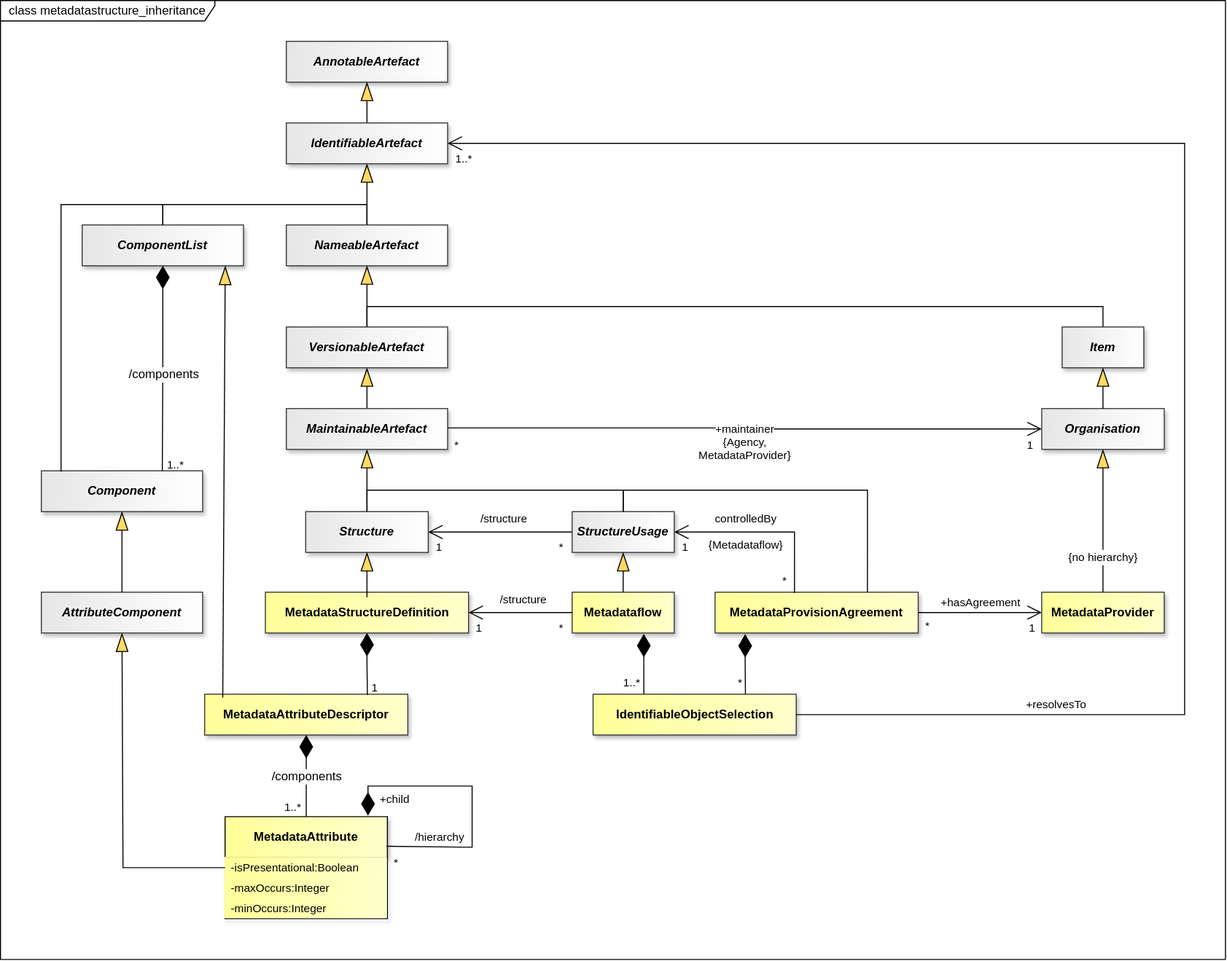
This is docs/information_model/media/sdmx_metadatastructure-metadatastructure_inheritance.svg from sdmx-twg/sdmx-im, a draw.io export, as it was before one commit. Source tidied: cells renumbered, new cells last; positions are measured from the earlier drawing's top-left corner, leaving out a move shared by most shapes.
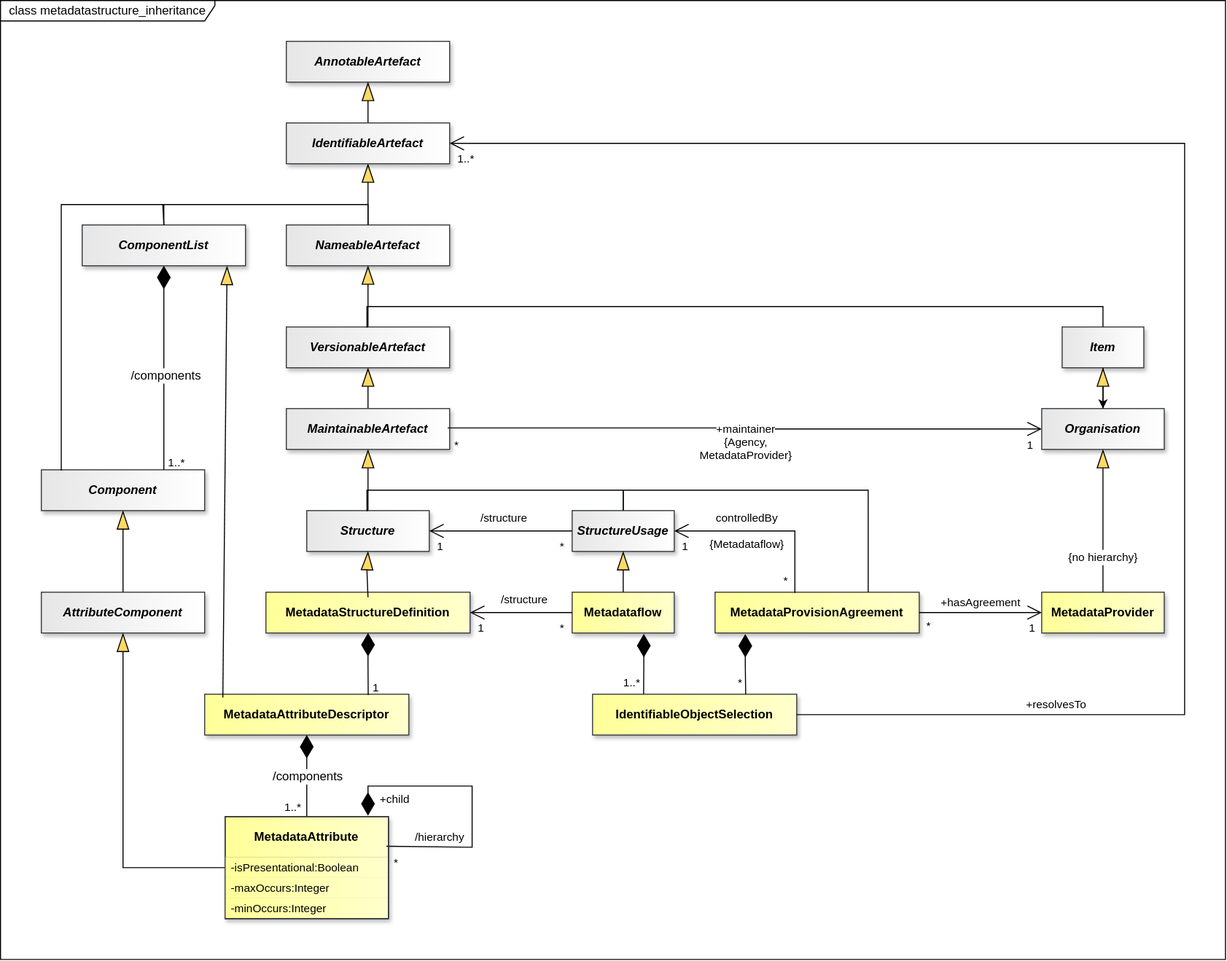
The same file after the commit.

Diff of the diagram source:
```diff
@@ -2,7 +2,7 @@
   <root>
     <mxCell id="0" />
     <mxCell id="1" parent="0" />
-    <mxCell id="2" value="class metadatastructure_inheritance" style="shape=umlFrame;whiteSpace=wrap;html=1;fillColor=light-dark(#FFFFFF,#121212);swimlaneFillColor=light-dark(#FFFFFF,#121212);width=210;height=20;" parent="1" vertex="1">
+    <mxCell id="2" value="&amp;nbsp; class metadatastructure_inheritance" style="shape=umlFrame;whiteSpace=wrap;html=1;fillColor=light-dark(#FFFFFF,#121212);swimlaneFillColor=light-dark(#FFFFFF,#121212);width=210;height=20;align=left;" parent="1" vertex="1">
       <mxGeometry width="1200" height="940" as="geometry" />
     </mxCell>
     <mxCell id="3" style="endArrow=none;" parent="1" edge="1">
@@ -15,7 +15,7 @@
       <mxGeometry relative="1" as="geometry" />
     </mxCell>
     <mxCell id="6" value="&lt;span&gt;&lt;span&gt;AnnotableArtefact&lt;/span&gt;&lt;/span&gt;" style="whiteSpace=wrap;html=1;verticalAlign=middle;gradientDirection=east;imageVerticalAlign=top;fontStyle=3;fillColor=light-dark(#E6E6E6,#E6E6E6);strokeColor=#36393d;fontColor=light-dark(#000000,#000000);gradientColor=light-dark(#FFFFFF,#FFFFFF);shadow=1;" parent="1" vertex="1">
-      <mxGeometry x="280" y="40" width="158" height="40" as="geometry" />
+      <mxGeometry x="280" y="40" width="160" height="40" as="geometry" />
     </mxCell>
     <mxCell id="7" style="endArrow=blockThin;endSize=16;endFill=1;html=1;rounded=0;entryX=0.5;entryY=1;entryDx=0;entryDy=0;exitX=0.5;exitY=0;exitDx=0;exitDy=0;startFill=0;endFillColor=light-dark(#FFD966,#FFD966);strokeColor=light-dark(#000000,#FFFFFF);startFillColor=light-dark(#000000,#FFFFFF);labelBackgroundColor=none;labelBorderColor=light-dark(#000000,#FFFFFF);" parent="1" edge="1" source="12" target="6">
       <mxGeometry relative="1" as="geometry" />
@@ -33,19 +33,19 @@
       <mxGeometry x="0.02" relative="1" as="geometry" />
     </mxCell>
     <mxCell id="12" value="IdentifiableArtefact" style="whiteSpace=wrap;html=1;verticalAlign=middle;gradientDirection=east;imageVerticalAlign=top;fontStyle=3;fillColor=light-dark(#E6E6E6,#E6E6E6);strokeColor=#36393d;fontColor=light-dark(#000000,#000000);gradientColor=light-dark(#FFFFFF,#FFFFFF);shadow=1;" parent="1" vertex="1">
-      <mxGeometry x="280" y="120" width="158" height="40" as="geometry" />
+      <mxGeometry x="280" y="120" width="160" height="40" as="geometry" />
     </mxCell>
     <mxCell id="13" value="NameableArtefact" style="whiteSpace=wrap;html=1;verticalAlign=middle;gradientDirection=east;imageVerticalAlign=top;fontStyle=3;fillColor=light-dark(#E6E6E6,#E6E6E6);strokeColor=#36393d;fontColor=light-dark(#000000,#000000);gradientColor=light-dark(#FFFFFF,#FFFFFF);shadow=1;" parent="1" vertex="1">
-      <mxGeometry x="280" y="220" width="158" height="40" as="geometry" />
+      <mxGeometry x="280" y="220" width="160" height="40" as="geometry" />
     </mxCell>
     <mxCell id="14" value="VersionableArtefact" style="whiteSpace=wrap;html=1;verticalAlign=middle;gradientDirection=east;imageVerticalAlign=top;fontStyle=3;fillColor=light-dark(#E6E6E6,#E6E6E6);strokeColor=#36393d;fontColor=light-dark(#000000,#000000);gradientColor=light-dark(#FFFFFF,#FFFFFF);shadow=1;" parent="1" vertex="1">
-      <mxGeometry x="280" y="320" width="158" height="40" as="geometry" />
+      <mxGeometry x="280" y="320" width="160" height="40" as="geometry" />
     </mxCell>
     <mxCell id="15" value="MaintainableArtefact" style="whiteSpace=wrap;html=1;verticalAlign=middle;gradientDirection=east;imageVerticalAlign=top;fontStyle=3;fillColor=light-dark(#E6E6E6,#E6E6E6);strokeColor=#36393d;fontColor=light-dark(#000000,#000000);gradientColor=light-dark(#FFFFFF,#FFFFFF);shadow=1;" parent="1" vertex="1">
-      <mxGeometry x="280" y="400" width="158" height="40" as="geometry" />
+      <mxGeometry x="280" y="400" width="160" height="40" as="geometry" />
     </mxCell>
     <mxCell id="16" value="ComponentList" style="whiteSpace=wrap;html=1;verticalAlign=middle;gradientDirection=east;imageVerticalAlign=top;fontStyle=3;fillColor=light-dark(#E6E6E6,#E6E6E6);strokeColor=#36393d;fontColor=light-dark(#000000,#000000);gradientColor=light-dark(#FFFFFF,#FFFFFF);shadow=1;" parent="1" vertex="1">
-      <mxGeometry x="80" y="220" width="158" height="40" as="geometry" />
+      <mxGeometry x="80" y="220" width="160" height="40" as="geometry" />
     </mxCell>
     <mxCell id="17" style="endArrow=none;html=1;endSize=12;startArrow=none;startSize=20;startFill=0;edgeStyle=orthogonalEdgeStyle;rounded=0;exitX=0.5;exitY=0;exitDx=0;exitDy=0;endFill=0;strokeColor=light-dark(#000000,#FFFFFF);fontColor=light-dark(#000000,#FFFFFF);labelBackgroundColor=none;entryX=0.5;entryY=0;entryDx=0;entryDy=0;" parent="1" edge="1" source="16" target="13">
       <mxGeometry x="-0.32" relative="1" as="geometry">
@@ -56,7 +56,7 @@
       </mxGeometry>
     </mxCell>
     <mxCell id="18" value="Component" style="whiteSpace=wrap;html=1;verticalAlign=middle;gradientDirection=east;imageVerticalAlign=top;fontStyle=3;fillColor=light-dark(#E6E6E6,#E6E6E6);strokeColor=#36393d;fontColor=light-dark(#000000,#000000);gradientColor=light-dark(#FFFFFF,#FFFFFF);shadow=1;" parent="1" vertex="1">
-      <mxGeometry x="40" y="461" width="158" height="40" as="geometry" />
+      <mxGeometry x="40" y="460" width="160" height="40" as="geometry" />
     </mxCell>
     <mxCell id="19" style="endArrow=none;html=1;endSize=12;startArrow=diamondThin;startSize=20;startFill=1;edgeStyle=orthogonalEdgeStyle;rounded=0;endFill=0;strokeColor=light-dark(#000000,#FFFFFF);fontColor=light-dark(#000000,#FFFFFF);labelBackgroundColor=none;exitX=0.5;exitY=1;exitDx=0;exitDy=0;entryX=0.75;entryY=0;entryDx=0;entryDy=0;" parent="1" edge="1" source="16" target="18">
       <mxGeometry x="0.33" y="-28" relative="1" as="geometry">
@@ -80,19 +80,19 @@
       </mxGeometry>
     </mxCell>
     <mxCell id="23" value="AttributeComponent" style="whiteSpace=wrap;html=1;verticalAlign=middle;gradientDirection=east;imageVerticalAlign=top;fontStyle=3;fillColor=light-dark(#E6E6E6,#E6E6E6);strokeColor=#36393d;fontColor=light-dark(#000000,#000000);gradientColor=light-dark(#FFFFFF,#FFFFFF);shadow=1;" parent="1" vertex="1">
-      <mxGeometry x="40" y="580" width="158" height="40" as="geometry" />
+      <mxGeometry x="40" y="580" width="160" height="40" as="geometry" />
     </mxCell>
     <mxCell id="24" style="endArrow=blockThin;endSize=16;endFill=1;html=1;rounded=0;entryX=0.5;entryY=1;entryDx=0;entryDy=0;exitX=0.5;exitY=0;exitDx=0;exitDy=0;startFill=0;endFillColor=light-dark(#FFD966,#FFD966);strokeColor=light-dark(#000000,#FFFFFF);startFillColor=light-dark(#000000,#FFFFFF);labelBackgroundColor=none;labelBorderColor=light-dark(#000000,#FFFFFF);" parent="1" edge="1" source="23" target="18">
       <mxGeometry relative="1" as="geometry" />
     </mxCell>
     <mxCell id="25" value="Structure" style="whiteSpace=wrap;html=1;verticalAlign=middle;gradientDirection=east;imageVerticalAlign=top;fontStyle=3;fillColor=light-dark(#E6E6E6,#E6E6E6);strokeColor=#36393d;fontColor=light-dark(#000000,#000000);gradientColor=light-dark(#FFFFFF,#FFFFFF);shadow=1;" parent="1" vertex="1">
-      <mxGeometry x="299" y="501" width="120" height="40" as="geometry" />
+      <mxGeometry x="300" y="500" width="120" height="40" as="geometry" />
     </mxCell>
     <mxCell id="26" value="StructureUsage" style="whiteSpace=wrap;html=1;verticalAlign=middle;gradientDirection=east;imageVerticalAlign=top;fontStyle=3;fillColor=light-dark(#E6E6E6,#E6E6E6);strokeColor=#36393d;fontColor=light-dark(#000000,#000000);gradientColor=light-dark(#FFFFFF,#FFFFFF);shadow=1;" parent="1" vertex="1">
-      <mxGeometry x="560" y="501" width="100" height="40" as="geometry" />
+      <mxGeometry x="560" y="500" width="100" height="40" as="geometry" />
     </mxCell>
     <mxCell id="27" value="&lt;span&gt;&lt;span&gt;MetadataStructureDefinition&lt;/span&gt;&lt;/span&gt;" style="whiteSpace=wrap;html=1;verticalAlign=middle;gradientDirection=east;imageVerticalAlign=top;fontStyle=1;fillColor=light-dark(#FFFF99,#FFFF99);strokeColor=#36393d;fontColor=light-dark(#000000,#000000);gradientColor=light-dark(#FFFFCC,#FFFFCC);shadow=1;" parent="1" vertex="1">
-      <mxGeometry x="259.5" y="580" width="199" height="40" as="geometry" />
+      <mxGeometry x="260" y="580" width="200" height="40" as="geometry" />
     </mxCell>
     <mxCell id="28" value="&lt;span&gt;&lt;span&gt;Metadataflow&lt;/span&gt;&lt;/span&gt;" style="whiteSpace=wrap;html=1;verticalAlign=middle;gradientDirection=east;imageVerticalAlign=top;fontStyle=1;fillColor=light-dark(#FFFF99,#FFFF99);strokeColor=#36393d;fontColor=light-dark(#000000,#000000);gradientColor=light-dark(#FFFFCC,#FFFFCC);shadow=1;" parent="1" vertex="1">
       <mxGeometry x="560" y="580" width="100" height="40" as="geometry" />
@@ -125,6 +125,9 @@
         <mxPoint x="-8" y="3" as="offset" />
       </mxGeometry>
     </mxCell>
+    <mxCell id="78" style="edgeStyle=orthogonalEdgeStyle;rounded=0;jettySize=auto;html=1;defaultLabelBackgroundColor=gap;" parent="1" edge="1" source="35" target="31">
+      <mxGeometry relative="1" as="geometry" />
+    </mxCell>
     <mxCell id="35" value="Item" style="whiteSpace=wrap;html=1;verticalAlign=middle;gradientDirection=east;imageVerticalAlign=top;fontStyle=3;fillColor=light-dark(#E6E6E6,#E6E6E6);strokeColor=#36393d;fontColor=light-dark(#000000,#000000);gradientColor=light-dark(#FFFFFF,#FFFFFF);shadow=1;" parent="1" vertex="1">
       <mxGeometry x="1040" y="320" width="80" height="40" as="geometry" />
     </mxCell>
@@ -140,13 +143,13 @@
       <mxGeometry relative="1" as="geometry" />
     </mxCell>
     <mxCell id="38" value="MetadataProvisionAgreement" style="whiteSpace=wrap;html=1;verticalAlign=middle;gradientDirection=east;imageVerticalAlign=top;fontStyle=1;fillColor=light-dark(#FFFF99,#FFFF99);strokeColor=#36393d;fontColor=light-dark(#000000,#000000);gradientColor=light-dark(#FFFFCC,#FFFFCC);shadow=1;" parent="1" vertex="1">
-      <mxGeometry x="700" y="580" width="199" height="40" as="geometry" />
+      <mxGeometry x="700" y="580" width="200" height="40" as="geometry" />
     </mxCell>
     <mxCell id="39" value="MetadataProvider" style="whiteSpace=wrap;html=1;verticalAlign=middle;gradientDirection=east;imageVerticalAlign=top;fontStyle=1;fillColor=light-dark(#FFFF99,#FFFF99);strokeColor=#36393d;fontColor=light-dark(#000000,#000000);gradientColor=light-dark(#FFFFCC,#FFFFCC);shadow=1;" parent="1" vertex="1">
       <mxGeometry x="1020" y="580" width="120" height="40" as="geometry" />
     </mxCell>
     <mxCell id="40" value="MetadataAttributeDescriptor" style="whiteSpace=wrap;html=1;verticalAlign=middle;gradientDirection=east;imageVerticalAlign=top;fontStyle=1;fillColor=light-dark(#FFFF99,#FFFF99);strokeColor=#36393d;fontColor=light-dark(#000000,#000000);gradientColor=light-dark(#FFFFCC,#FFFFCC);shadow=1;" parent="1" vertex="1">
-      <mxGeometry x="200" y="680" width="199" height="40" as="geometry" />
+      <mxGeometry x="200" y="680" width="200" height="40" as="geometry" />
     </mxCell>
     <mxCell id="41" value="&lt;span style=&quot;background-color: rgb(255, 255, 255);&quot;&gt;/structure&lt;/span&gt;" style="endArrow=open;html=1;endSize=12;startArrow=none;startSize=20;startFill=0;edgeStyle=orthogonalEdgeStyle;rounded=0;endFill=0;strokeColor=light-dark(#000000,#FFFFFF);fontColor=light-dark(#000000,#FFFFFF);labelBackgroundColor=none;entryX=1;entryY=0.5;entryDx=0;entryDy=0;exitX=0;exitY=0.5;exitDx=0;exitDy=0;" parent="1" edge="1" source="26" target="25">
       <mxGeometry x="-0.05" y="-13" relative="1" as="geometry" />
@@ -223,7 +226,7 @@
       <mxGeometry x="-0.5" y="1" relative="1" as="geometry" />
     </mxCell>
     <mxCell id="57" value="IdentifiableObjectSelection" style="whiteSpace=wrap;html=1;verticalAlign=middle;gradientDirection=east;imageVerticalAlign=top;fontStyle=1;fillColor=light-dark(#FFFF99,#FFFF99);strokeColor=#36393d;fontColor=light-dark(#000000,#000000);gradientColor=light-dark(#FFFFCC,#FFFFCC);shadow=1;" parent="1" vertex="1">
-      <mxGeometry x="580.5" y="680" width="199" height="40" as="geometry" />
+      <mxGeometry x="580" y="680" width="200" height="40" as="geometry" />
     </mxCell>
     <mxCell id="58" style="endArrow=none;html=1;endSize=12;startArrow=diamondThin;startSize=20;startFill=1;edgeStyle=orthogonalEdgeStyle;rounded=0;endFill=0;strokeColor=light-dark(#000000,#FFFFFF);fontColor=light-dark(#000000,#FFFFFF);labelBackgroundColor=none;exitX=0.702;exitY=1.022;exitDx=0;exitDy=0;entryX=0.25;entryY=0;entryDx=0;entryDy=0;exitPerimeter=0;" parent="1" edge="1" source="28" target="57">
       <mxGeometry x="0.49" y="-28" relative="1" as="geometry">
@@ -273,16 +276,16 @@
       </mxGeometry>
     </mxCell>
     <mxCell id="67" value="MetadataAttribute" style="swimlane;fontStyle=1;align=center;verticalAlign=middle;horizontal=1;startSize=40;whiteSpace=wrap;html=1;fillColor=light-dark(#FFFF99,#FFFF99);strokeColor=light-dark(#000000,#000000);gradientDirection=east;swimlaneLine=1;fontColor=light-dark(#000000,#000000);labelBackgroundColor=none;textShadow=0;gradientColor=light-dark(#FFFFCC,#FFFFCC);shadow=1;" parent="1" vertex="1">
-      <mxGeometry x="220" y="800" width="159" height="100" as="geometry" />
+      <mxGeometry x="220" y="800" width="160" height="100" as="geometry" />
     </mxCell>
-    <mxCell id="68" value="-isPresentational:Boolean" style="text;strokeColor=none;fillColor=light-dark(#FFFF99,#FFFF99);align=left;verticalAlign=middle;spacingLeft=4;spacingRight=4;overflow=hidden;whiteSpace=wrap;html=1;fontFamily=Helvetica;fontSize=11;fontColor=light-dark(#000000,#000000);gradientColor=light-dark(#FFFFCC,#FFFFCC);gradientDirection=east;" parent="67" vertex="1">
-      <mxGeometry y="40" width="159" height="20" as="geometry" />
+    <mxCell id="68" value="-isPresentational:Boolean" style="text;strokeColor=none;fillColor=light-dark(#FFFF99,#FFFF99);align=left;verticalAlign=middle;spacingLeft=4;spacingRight=4;overflow=hidden;whiteSpace=wrap;html=1;fontFamily=Helvetica;fontSize=11;fontColor=light-dark(#000000,#000000);gradientColor=light-dark(#FFFFCC,#FFFFCC);gradientDirection=east;shadow=1;" parent="67" vertex="1">
+      <mxGeometry y="40" width="160" height="20" as="geometry" />
     </mxCell>
-    <mxCell id="69" value="-maxOccurs:Integer" style="text;strokeColor=none;fillColor=light-dark(#FFFF99,#FFFF99);align=left;verticalAlign=middle;spacingLeft=4;spacingRight=4;overflow=hidden;whiteSpace=wrap;html=1;fontFamily=Helvetica;fontSize=11;fontColor=light-dark(#000000,#000000);gradientColor=light-dark(#FFFFCC,#FFFFCC);gradientDirection=east;" parent="67" vertex="1">
-      <mxGeometry y="60" width="159" height="20" as="geometry" />
+    <mxCell id="69" value="-maxOccurs:Integer" style="text;strokeColor=none;fillColor=light-dark(#FFFF99,#FFFF99);align=left;verticalAlign=middle;spacingLeft=4;spacingRight=4;overflow=hidden;whiteSpace=wrap;html=1;fontFamily=Helvetica;fontSize=11;fontColor=light-dark(#000000,#000000);gradientColor=light-dark(#FFFFCC,#FFFFCC);gradientDirection=east;shadow=1;" parent="67" vertex="1">
+      <mxGeometry y="60" width="160" height="20" as="geometry" />
     </mxCell>
-    <mxCell id="70" value="-minOccurs:Integer" style="text;strokeColor=none;fillColor=light-dark(#FFFF99,#FFFF99);align=left;verticalAlign=middle;spacingLeft=4;spacingRight=4;overflow=hidden;whiteSpace=wrap;html=1;fontFamily=Helvetica;fontSize=11;fontColor=light-dark(#000000,#000000);gradientColor=light-dark(#FFFFCC,#FFFFCC);gradientDirection=east;" parent="67" vertex="1">
-      <mxGeometry y="80" width="159" height="20" as="geometry" />
+    <mxCell id="70" value="-minOccurs:Integer" style="text;strokeColor=none;fillColor=light-dark(#FFFF99,#FFFF99);align=left;verticalAlign=middle;spacingLeft=4;spacingRight=4;overflow=hidden;whiteSpace=wrap;html=1;fontFamily=Helvetica;fontSize=11;fontColor=light-dark(#000000,#000000);gradientColor=light-dark(#FFFFCC,#FFFFCC);gradientDirection=east;shadow=1;" parent="67" vertex="1">
+      <mxGeometry y="80" width="160" height="20" as="geometry" />
     </mxCell>
     <mxCell id="71" value="&lt;font style=&quot;color: light-dark(rgb(0, 0, 0), rgb(255, 255, 255)); background-color: light-dark(rgb(255, 255, 255), rgb(0, 0, 0));&quot;&gt;/hierarchy&lt;/font&gt;" style="endArrow=none;html=1;endSize=12;startArrow=diamondThin;startSize=20;startFill=1;edgeStyle=orthogonalEdgeStyle;rounded=0;endFill=0;strokeColor=light-dark(#000000,#FFFFFF);fontColor=light-dark(#000000,#FFFFFF);labelBackgroundColor=none;entryX=1;entryY=0.5;entryDx=0;entryDy=0;" parent="1" edge="1">
       <mxGeometry x="0.62" y="-10" relative="1" as="geometry">
@@ -327,5 +330,8 @@
         </Array>
       </mxGeometry>
     </mxCell>
+    <mxCell id="79" style="rounded=0;whiteSpace=wrap;html=1;fillColor=none;strokeColor=#36393D;" parent="1" vertex="1">
+      <mxGeometry x="220" y="800" width="160" height="100" as="geometry" />
+    </mxCell>
   </root>
 </mxGraphModel>
```
